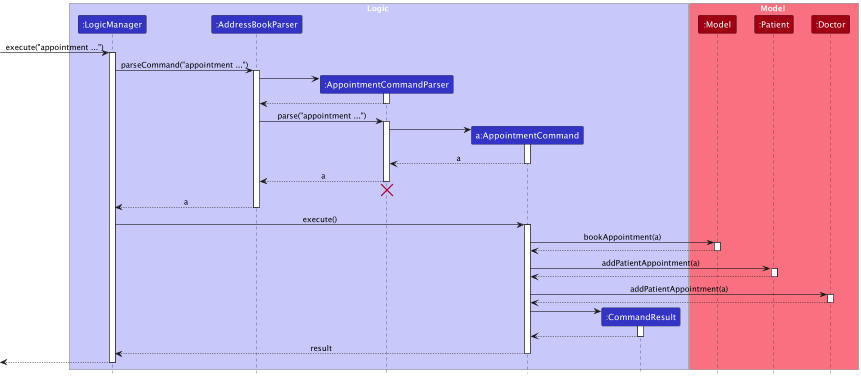
Before: docs/images/AppointmentSequenceDiagram.png, a diagram exported from PlantUML (nus-cs2103-AY2223S2/tp).
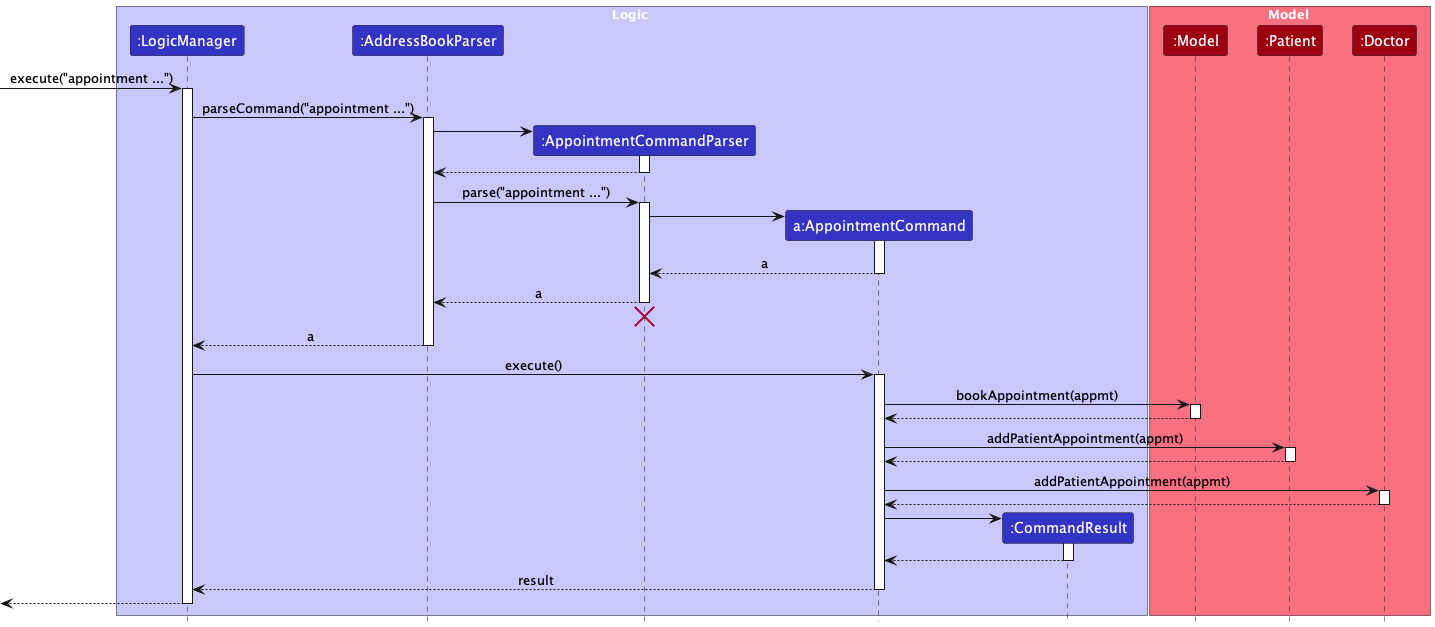
The same file after the commit.

Commit message:
Edit add/del appmt seq diag

What changed in the source:
```diff
@@ -49,19 +49,19 @@
 LogicManager -> AppointmentCommand : execute()
 activate AppointmentCommand
 
-AppointmentCommand -> Model : bookAppointment(a)
+AppointmentCommand -> Model : bookAppointment(appmt)
 activate Model
 
 Model --> AppointmentCommand
 deactivate Model
 
-AppointmentCommand -> Patient : addPatientAppointment(a)
+AppointmentCommand -> Patient : addPatientAppointment(appmt)
 activate Patient
 
 Patient --> AppointmentCommand
 deactivate Patient
 
-AppointmentCommand -> Doctor : addPatientAppointment(a)
+AppointmentCommand -> Doctor : addPatientAppointment(appmt)
 activate Doctor
 
 Doctor --> AppointmentCommand
```
